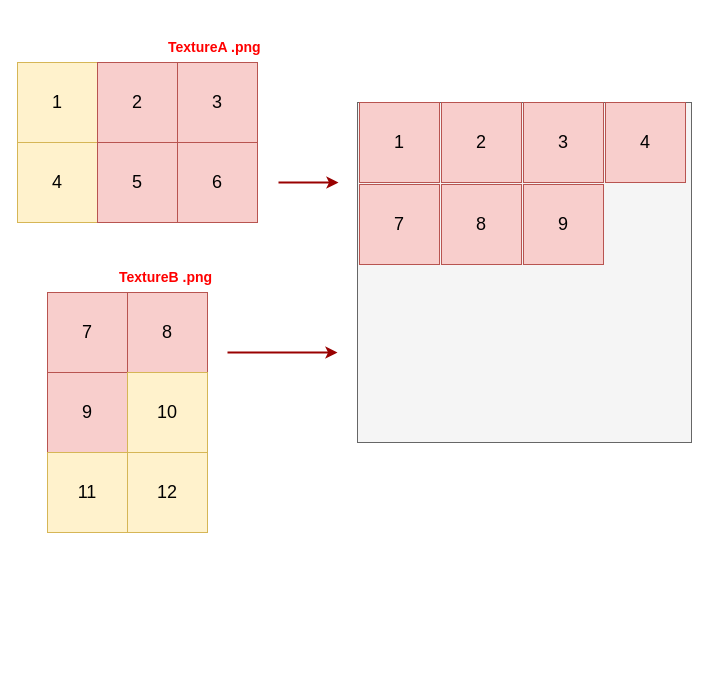
The draw.io diagram default.drawio in imzoer/imzoer.github.io, before the edit. Source tidied: cells renumbered, new cells numbered last; positions are measured from the earlier drawing's top-left corner, leaving out a move shared by most shapes. Both pictures are drawn from the tidied source at 100%, with x=0, y=0 at pixel (17, 32).
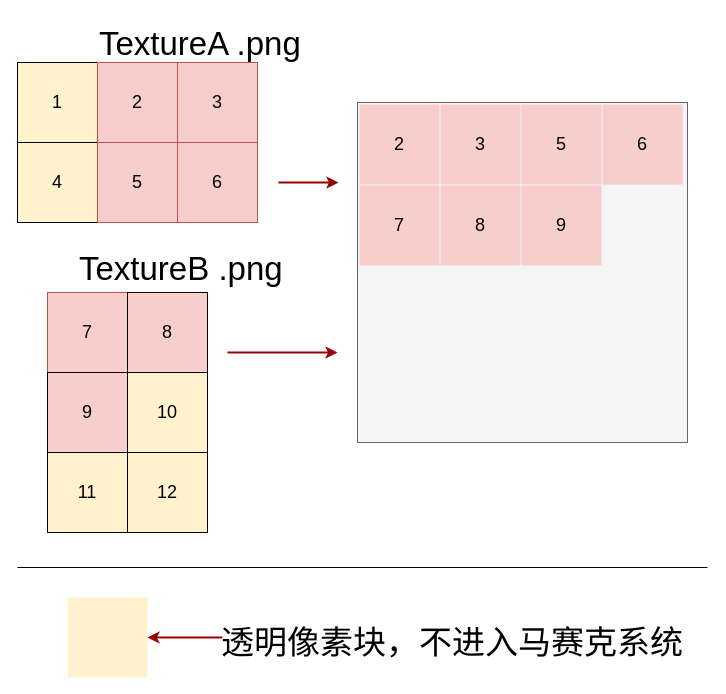
The same diagram, later.

Diff of the diagram source:
```diff
@@
-    <mxCell id="2" value="1" style="whiteSpace=wrap;html=1;fillColor=#fff2cc;strokeColor=#d6b656;fontSize=18;" parent="1" vertex="1">
+    <mxCell id="2" value="1" style="whiteSpace=wrap;html=1;fontSize=18;fillColor=#fff2cc;strokeColor=#000000;" parent="1" vertex="1">
       <mxGeometry y="30" width="80" height="80" as="geometry" />
     </mxCell>
@@
-    <mxCell id="4" value="4" style="whiteSpace=wrap;html=1;fillColor=#fff2cc;strokeColor=#d6b656;fontSize=18;" parent="1" vertex="1">
+    <mxCell id="4" value="4" style="whiteSpace=wrap;html=1;fillColor=#fff2cc;strokeColor=#000000;fontSize=18;" parent="1" vertex="1">
       <mxGeometry y="110" width="80" height="80" as="geometry" />
     </mxCell>
@@
-    <mxCell id="9" style="whiteSpace=wrap;html=1;fillColor=#f5f5f5;strokeColor=#666666;fontColor=#333333;fontSize=18;" parent="1" vertex="1">
-      <mxGeometry x="340" y="70" width="334" height="340" as="geometry" />
+    <mxCell id="9" style="whiteSpace=wrap;html=1;fillColor=#f5f5f5;strokeColor=#666666;fontSize=18;fontColor=#333333;" parent="1" vertex="1">
+      <mxGeometry x="340" y="70" width="330" height="340" as="geometry" />
     </mxCell>
-    <mxCell id="10" value="1" style="whiteSpace=wrap;html=1;fillColor=#f8cecc;strokeColor=#b85450;fontSize=18;" parent="1" vertex="1">
-      <mxGeometry x="342" y="70" width="80" height="80" as="geometry" />
+    <mxCell id="10" value="2" style="whiteSpace=wrap;html=1;fillColor=#f8cecc;strokeColor=none;fontSize=18;" parent="1" vertex="1">
+      <mxGeometry x="342" y="72" width="80" height="80" as="geometry" />
     </mxCell>
-    <mxCell id="11" value="2" style="whiteSpace=wrap;html=1;fillColor=#f8cecc;strokeColor=#b85450;fontSize=18;" parent="1" vertex="1">
-      <mxGeometry x="424" y="70" width="80" height="80" as="geometry" />
+    <mxCell id="11" value="3" style="whiteSpace=wrap;html=1;fillColor=#f8cecc;strokeColor=none;fontSize=18;" parent="1" vertex="1">
+      <mxGeometry x="423" y="72" width="80" height="80" as="geometry" />
     </mxCell>
-    <mxCell id="12" value="3" style="whiteSpace=wrap;html=1;fillColor=#f8cecc;strokeColor=#b85450;fontSize=18;" parent="1" vertex="1">
-      <mxGeometry x="506" y="70" width="80" height="80" as="geometry" />
+    <mxCell id="12" value="5" style="whiteSpace=wrap;html=1;fillColor=#f8cecc;strokeColor=none;fontSize=18;" parent="1" vertex="1">
+      <mxGeometry x="504" y="72" width="80" height="80" as="geometry" />
     </mxCell>
-    <mxCell id="13" value="4" style="whiteSpace=wrap;html=1;fillColor=#f8cecc;strokeColor=#b85450;fontSize=18;" parent="1" vertex="1">
-      <mxGeometry x="588" y="70" width="80" height="80" as="geometry" />
+    <mxCell id="13" value="6" style="whiteSpace=wrap;html=1;fillColor=#f8cecc;strokeColor=none;fontSize=18;" parent="1" vertex="1">
+      <mxGeometry x="585" y="72" width="80" height="80" as="geometry" />
     </mxCell>
@@
-    <mxCell id="15" value="8" style="whiteSpace=wrap;html=1;fontSize=18;fillColor=#f8cecc;strokeColor=#b85450;" parent="1" vertex="1">
+    <mxCell id="15" value="8" style="whiteSpace=wrap;html=1;fontSize=18;fillColor=#f8cecc;strokeColor=#000000;" parent="1" vertex="1">
       <mxGeometry x="110" y="260" width="80" height="80" as="geometry" />
     </mxCell>
-    <mxCell id="16" value="9" style="whiteSpace=wrap;html=1;fontSize=18;fillColor=#f8cecc;strokeColor=#b85450;" parent="1" vertex="1">
+    <mxCell id="16" value="9" style="whiteSpace=wrap;html=1;fontSize=18;fillColor=#f8cecc;strokeColor=#000000;" parent="1" vertex="1">
       <mxGeometry x="30" y="340" width="80" height="80" as="geometry" />
     </mxCell>
-    <mxCell id="17" value="10" style="whiteSpace=wrap;html=1;fontSize=18;fillColor=#fff2cc;strokeColor=#d6b656;" parent="1" vertex="1">
+    <mxCell id="17" value="10" style="whiteSpace=wrap;html=1;fontSize=18;fillColor=#fff2cc;strokeColor=#000000;" parent="1" vertex="1">
       <mxGeometry x="110" y="340" width="80" height="80" as="geometry" />
     </mxCell>
-    <mxCell id="18" value="11" style="whiteSpace=wrap;html=1;fontSize=18;fillColor=#fff2cc;strokeColor=#d6b656;" parent="1" vertex="1">
+    <mxCell id="18" value="11" style="whiteSpace=wrap;html=1;fontSize=18;fillColor=#fff2cc;strokeColor=#000000;" parent="1" vertex="1">
       <mxGeometry x="30" y="420" width="80" height="80" as="geometry" />
     </mxCell>
-    <mxCell id="19" value="12" style="whiteSpace=wrap;html=1;fontSize=18;fillColor=#fff2cc;strokeColor=#d6b656;" parent="1" vertex="1">
+    <mxCell id="19" value="12" style="whiteSpace=wrap;html=1;fontSize=18;fillColor=#fff2cc;strokeColor=#000000;" parent="1" vertex="1">
       <mxGeometry x="110" y="420" width="80" height="80" as="geometry" />
     </mxCell>
-    <mxCell id="20" value="7" style="whiteSpace=wrap;html=1;fontSize=18;fillColor=#f8cecc;strokeColor=#b85450;" parent="1" vertex="1">
-      <mxGeometry x="342" y="152" width="80" height="80" as="geometry" />
+    <mxCell id="20" value="7" style="whiteSpace=wrap;html=1;fontSize=18;fillColor=#f8cecc;strokeColor=none;" parent="1" vertex="1">
+      <mxGeometry x="342" y="153" width="80" height="80" as="geometry" />
     </mxCell>
-    <mxCell id="21" value="8" style="whiteSpace=wrap;html=1;fontSize=18;fillColor=#f8cecc;strokeColor=#b85450;" parent="1" vertex="1">
-      <mxGeometry x="424" y="152" width="80" height="80" as="geometry" />
+    <mxCell id="21" value="8" style="whiteSpace=wrap;html=1;fontSize=18;fillColor=#f8cecc;strokeColor=none;" parent="1" vertex="1">
+      <mxGeometry x="423" y="153" width="80" height="80" as="geometry" />
     </mxCell>
-    <mxCell id="22" value="9" style="whiteSpace=wrap;html=1;fontSize=18;fillColor=#f8cecc;strokeColor=#b85450;" parent="1" vertex="1">
-      <mxGeometry x="506" y="152" width="80" height="80" as="geometry" />
+    <mxCell id="22" value="9" style="whiteSpace=wrap;html=1;fontSize=18;fillColor=#f8cecc;strokeColor=none;" parent="1" vertex="1">
+      <mxGeometry x="504" y="153" width="80" height="80" as="geometry" />
     </mxCell>
@@
-    <mxCell id="24" value="TextureA .png" style="text;html=1;comic=1;fontStyle=1;fontColor=#FF0000;fontSize=14;" parent="1" vertex="1">
-      <mxGeometry x="149" width="60" height="30" as="geometry" />
+    <mxCell id="24" value="&lt;font style=&quot;font-size: 33px ; font-weight: normal&quot; color=&quot;#000000&quot;&gt;TextureA .png&lt;/font&gt;" style="text;html=1;comic=1;fontStyle=1;fontColor=#FF0000;fontSize=14;" parent="1" vertex="1">
+      <mxGeometry x="80" y="-15" width="60" height="30" as="geometry" />
     </mxCell>
-    <mxCell id="25" value="TextureB .png" style="text;html=1;comic=1;fontStyle=1;fontColor=#FF0000;fontSize=14;" parent="1" vertex="1">
-      <mxGeometry x="100" y="230" width="60" height="30" as="geometry" />
+    <mxCell id="25" value="&lt;font style=&quot;font-size: 33px ; font-weight: normal&quot; color=&quot;#000000&quot;&gt;TextureB .png&lt;/font&gt;" style="text;html=1;comic=1;fontStyle=1;fontColor=#FF0000;fontSize=14;" parent="1" vertex="1">
+      <mxGeometry x="60" y="210" width="60" height="30" as="geometry" />
     </mxCell>
+    <mxCell id="26" style="whiteSpace=wrap;html=1;fillColor=#fff2cc;strokeColor=none;fontSize=18;" parent="1" vertex="1">
+      <mxGeometry x="50" y="565" width="80" height="80" as="geometry" />
+    </mxCell>
+    <mxCell id="27" value="&lt;font style=&quot;font-size: 33px&quot;&gt;透明像素块，不进入马赛克系统&lt;/font&gt;" style="text;html=1;points=[];align=left;verticalAlign=top;spacingTop=-4;" parent="1" vertex="1">
+      <mxGeometry x="202" y="588" width="480" height="20" as="geometry" />
+    </mxCell>
+    <mxCell id="28" style="edgeStyle=none;comic=0;jettySize=auto;html=1;exitX=0.006;exitY=0.85;exitDx=0;exitDy=0;strokeColor=#990000;strokeWidth=2;fontColor=#000000;fontSize=18;entryX=1;entryY=0.5;entryDx=0;entryDy=0;exitPerimeter=0;" parent="1" edge="1" source="27" target="26">
+      <mxGeometry relative="1" as="geometry" />
+    </mxCell>
+    <mxCell id="29" style="endArrow=none;html=1;" parent="1" edge="1">
+      <mxGeometry relative="1" as="geometry">
+        <mxPoint y="535" as="sourcePoint" />
+        <mxPoint x="690" y="535" as="targetPoint" />
+      </mxGeometry>
+    </mxCell>
```
